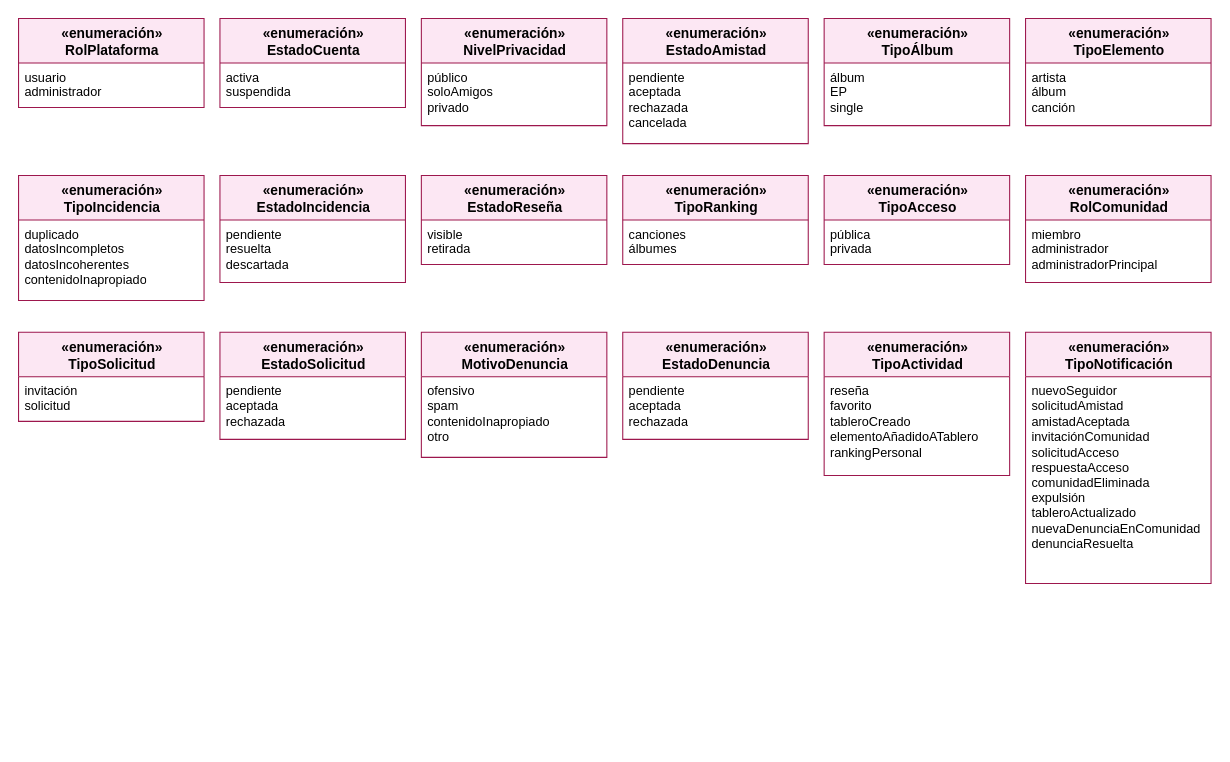
Above: page "6 · Enumeraciones" (6 of 6) of docs/modelo/modelo-conceptual.drawio in martaavlez/2026-2027-ISW-Grupo-C (draw.io), before the change. Source tidied: cells renumbered, new cells numbered last; positions are measured from the earlier drawing's top-left corner, leaving out a move shared by most shapes. Both pictures are drawn from the tidied source at 106%, with x=0, y=0 at pixel (18, 18).
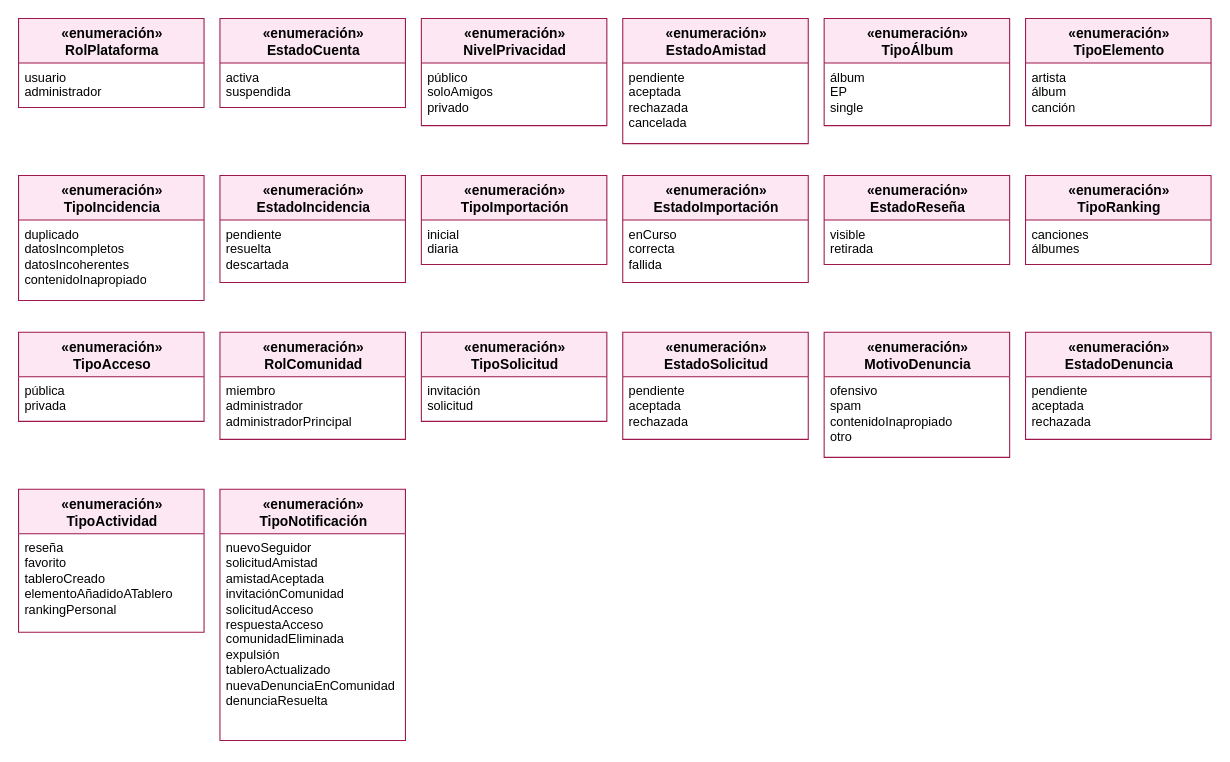
The same page after the edit.

Diff of the diagram source:
```diff
@@
-    <mxCell id="18" value="«enumeración»&lt;br&gt;&lt;b&gt;EstadoReseña&lt;/b&gt;" style="swimlane;fontStyle=1;align=center;verticalAlign=top;horizontal=1;startSize=42;html=1;fillColor=#FCE7F3;strokeColor=#9D174D;swimlaneFillColor=#ffffff;fontFamily=Helvetica;fontSize=13;" parent="1" vertex="1">
+    <mxCell id="18" value="«enumeración»&lt;br&gt;&lt;b&gt;TipoImportación&lt;/b&gt;" style="swimlane;fontStyle=1;align=center;verticalAlign=top;horizontal=1;startSize=42;html=1;fillColor=#FCE7F3;strokeColor=#9D174D;swimlaneFillColor=#ffffff;fontFamily=Helvetica;fontSize=13;" parent="1" vertex="1">
       <mxGeometry x="380" y="148" width="175" height="84" as="geometry" />
     </mxCell>
-    <mxCell id="19" value="visible&lt;br&gt;retirada" style="text;strokeColor=none;fillColor=none;align=left;verticalAlign=top;spacingLeft=4;spacingRight=4;overflow=hidden;html=1;fontFamily=Helvetica;fontSize=12;" parent="18" vertex="1">
+    <mxCell id="19" value="inicial&lt;br&gt;diaria" style="text;strokeColor=none;fillColor=none;align=left;verticalAlign=top;spacingLeft=4;spacingRight=4;overflow=hidden;html=1;fontFamily=Helvetica;fontSize=12;" parent="18" vertex="1">
       <mxGeometry y="42" width="175" height="42" as="geometry" />
     </mxCell>
-    <mxCell id="20" value="«enumeración»&lt;br&gt;&lt;b&gt;TipoRanking&lt;/b&gt;" style="swimlane;fontStyle=1;align=center;verticalAlign=top;horizontal=1;startSize=42;html=1;fillColor=#FCE7F3;strokeColor=#9D174D;swimlaneFillColor=#ffffff;fontFamily=Helvetica;fontSize=13;" parent="1" vertex="1">
-      <mxGeometry x="570" y="148" width="175" height="84" as="geometry" />
+    <mxCell id="20" value="«enumeración»&lt;br&gt;&lt;b&gt;EstadoImportación&lt;/b&gt;" style="swimlane;fontStyle=1;align=center;verticalAlign=top;horizontal=1;startSize=42;html=1;fillColor=#FCE7F3;strokeColor=#9D174D;swimlaneFillColor=#ffffff;fontFamily=Helvetica;fontSize=13;" parent="1" vertex="1">
+      <mxGeometry x="570" y="148" width="175" height="101" as="geometry" />
     </mxCell>
-    <mxCell id="21" value="canciones&lt;br&gt;álbumes" style="text;strokeColor=none;fillColor=none;align=left;verticalAlign=top;spacingLeft=4;spacingRight=4;overflow=hidden;html=1;fontFamily=Helvetica;fontSize=12;" parent="20" vertex="1">
-      <mxGeometry y="42" width="175" height="42" as="geometry" />
+    <mxCell id="21" value="enCurso&lt;br&gt;correcta&lt;br&gt;fallida" style="text;strokeColor=none;fillColor=none;align=left;verticalAlign=top;spacingLeft=4;spacingRight=4;overflow=hidden;html=1;fontFamily=Helvetica;fontSize=12;" parent="20" vertex="1">
+      <mxGeometry y="42" width="175" height="59" as="geometry" />
     </mxCell>
-    <mxCell id="22" value="«enumeración»&lt;br&gt;&lt;b&gt;TipoAcceso&lt;/b&gt;" style="swimlane;fontStyle=1;align=center;verticalAlign=top;horizontal=1;startSize=42;html=1;fillColor=#FCE7F3;strokeColor=#9D174D;swimlaneFillColor=#ffffff;fontFamily=Helvetica;fontSize=13;" parent="1" vertex="1">
+    <mxCell id="22" value="«enumeración»&lt;br&gt;&lt;b&gt;EstadoReseña&lt;/b&gt;" style="swimlane;fontStyle=1;align=center;verticalAlign=top;horizontal=1;startSize=42;html=1;fillColor=#FCE7F3;strokeColor=#9D174D;swimlaneFillColor=#ffffff;fontFamily=Helvetica;fontSize=13;" parent="1" vertex="1">
       <mxGeometry x="760" y="148" width="175" height="84" as="geometry" />
     </mxCell>
-    <mxCell id="23" value="pública&lt;br&gt;privada" style="text;strokeColor=none;fillColor=none;align=left;verticalAlign=top;spacingLeft=4;spacingRight=4;overflow=hidden;html=1;fontFamily=Helvetica;fontSize=12;" parent="22" vertex="1">
+    <mxCell id="23" value="visible&lt;br&gt;retirada" style="text;strokeColor=none;fillColor=none;align=left;verticalAlign=top;spacingLeft=4;spacingRight=4;overflow=hidden;html=1;fontFamily=Helvetica;fontSize=12;" parent="22" vertex="1">
       <mxGeometry y="42" width="175" height="42" as="geometry" />
     </mxCell>
-    <mxCell id="24" value="«enumeración»&lt;br&gt;&lt;b&gt;RolComunidad&lt;/b&gt;" style="swimlane;fontStyle=1;align=center;verticalAlign=top;horizontal=1;startSize=42;html=1;fillColor=#FCE7F3;strokeColor=#9D174D;swimlaneFillColor=#ffffff;fontFamily=Helvetica;fontSize=13;" parent="1" vertex="1">
-      <mxGeometry x="950" y="148" width="175" height="101" as="geometry" />
+    <mxCell id="24" value="«enumeración»&lt;br&gt;&lt;b&gt;TipoRanking&lt;/b&gt;" style="swimlane;fontStyle=1;align=center;verticalAlign=top;horizontal=1;startSize=42;html=1;fillColor=#FCE7F3;strokeColor=#9D174D;swimlaneFillColor=#ffffff;fontFamily=Helvetica;fontSize=13;" parent="1" vertex="1">
+      <mxGeometry x="950" y="148" width="175" height="84" as="geometry" />
     </mxCell>
-    <mxCell id="25" value="miembro&lt;br&gt;administrador&lt;br&gt;administradorPrincipal" style="text;strokeColor=none;fillColor=none;align=left;verticalAlign=top;spacingLeft=4;spacingRight=4;overflow=hidden;html=1;fontFamily=Helvetica;fontSize=12;" parent="24" vertex="1">
-      <mxGeometry y="42" width="175" height="59" as="geometry" />
+    <mxCell id="25" value="canciones&lt;br&gt;álbumes" style="text;strokeColor=none;fillColor=none;align=left;verticalAlign=top;spacingLeft=4;spacingRight=4;overflow=hidden;html=1;fontFamily=Helvetica;fontSize=12;" parent="24" vertex="1">
+      <mxGeometry y="42" width="175" height="42" as="geometry" />
     </mxCell>
-    <mxCell id="26" value="«enumeración»&lt;br&gt;&lt;b&gt;TipoSolicitud&lt;/b&gt;" style="swimlane;fontStyle=1;align=center;verticalAlign=top;horizontal=1;startSize=42;html=1;fillColor=#FCE7F3;strokeColor=#9D174D;swimlaneFillColor=#ffffff;fontFamily=Helvetica;fontSize=13;" parent="1" vertex="1">
+    <mxCell id="26" value="«enumeración»&lt;br&gt;&lt;b&gt;TipoAcceso&lt;/b&gt;" style="swimlane;fontStyle=1;align=center;verticalAlign=top;horizontal=1;startSize=42;html=1;fillColor=#FCE7F3;strokeColor=#9D174D;swimlaneFillColor=#ffffff;fontFamily=Helvetica;fontSize=13;" parent="1" vertex="1">
       <mxGeometry y="296" width="175" height="84" as="geometry" />
     </mxCell>
-    <mxCell id="27" value="invitación&lt;br&gt;solicitud" style="text;strokeColor=none;fillColor=none;align=left;verticalAlign=top;spacingLeft=4;spacingRight=4;overflow=hidden;html=1;fontFamily=Helvetica;fontSize=12;" parent="26" vertex="1">
+    <mxCell id="27" value="pública&lt;br&gt;privada" style="text;strokeColor=none;fillColor=none;align=left;verticalAlign=top;spacingLeft=4;spacingRight=4;overflow=hidden;html=1;fontFamily=Helvetica;fontSize=12;" parent="26" vertex="1">
       <mxGeometry y="42" width="175" height="42" as="geometry" />
     </mxCell>
-    <mxCell id="28" value="«enumeración»&lt;br&gt;&lt;b&gt;EstadoSolicitud&lt;/b&gt;" style="swimlane;fontStyle=1;align=center;verticalAlign=top;horizontal=1;startSize=42;html=1;fillColor=#FCE7F3;strokeColor=#9D174D;swimlaneFillColor=#ffffff;fontFamily=Helvetica;fontSize=13;" parent="1" vertex="1">
+    <mxCell id="28" value="«enumeración»&lt;br&gt;&lt;b&gt;RolComunidad&lt;/b&gt;" style="swimlane;fontStyle=1;align=center;verticalAlign=top;horizontal=1;startSize=42;html=1;fillColor=#FCE7F3;strokeColor=#9D174D;swimlaneFillColor=#ffffff;fontFamily=Helvetica;fontSize=13;" parent="1" vertex="1">
       <mxGeometry x="190" y="296" width="175" height="101" as="geometry" />
     </mxCell>
-    <mxCell id="29" value="pendiente&lt;br&gt;aceptada&lt;br&gt;rechazada" style="text;strokeColor=none;fillColor=none;align=left;verticalAlign=top;spacingLeft=4;spacingRight=4;overflow=hidden;html=1;fontFamily=Helvetica;fontSize=12;" parent="28" vertex="1">
+    <mxCell id="29" value="miembro&lt;br&gt;administrador&lt;br&gt;administradorPrincipal" style="text;strokeColor=none;fillColor=none;align=left;verticalAlign=top;spacingLeft=4;spacingRight=4;overflow=hidden;html=1;fontFamily=Helvetica;fontSize=12;" parent="28" vertex="1">
       <mxGeometry y="42" width="175" height="59" as="geometry" />
     </mxCell>
-    <mxCell id="30" value="«enumeración»&lt;br&gt;&lt;b&gt;MotivoDenuncia&lt;/b&gt;" style="swimlane;fontStyle=1;align=center;verticalAlign=top;horizontal=1;startSize=42;html=1;fillColor=#FCE7F3;strokeColor=#9D174D;swimlaneFillColor=#ffffff;fontFamily=Helvetica;fontSize=13;" parent="1" vertex="1">
-      <mxGeometry x="380" y="296" width="175" height="118" as="geometry" />
+    <mxCell id="30" value="«enumeración»&lt;br&gt;&lt;b&gt;TipoSolicitud&lt;/b&gt;" style="swimlane;fontStyle=1;align=center;verticalAlign=top;horizontal=1;startSize=42;html=1;fillColor=#FCE7F3;strokeColor=#9D174D;swimlaneFillColor=#ffffff;fontFamily=Helvetica;fontSize=13;" parent="1" vertex="1">
+      <mxGeometry x="380" y="296" width="175" height="84" as="geometry" />
     </mxCell>
-    <mxCell id="31" value="ofensivo&lt;br&gt;spam&lt;br&gt;contenidoInapropiado&lt;br&gt;otro" style="text;strokeColor=none;fillColor=none;align=left;verticalAlign=top;spacingLeft=4;spacingRight=4;overflow=hidden;html=1;fontFamily=Helvetica;fontSize=12;" parent="30" vertex="1">
-      <mxGeometry y="42" width="175" height="76" as="geometry" />
+    <mxCell id="31" value="invitación&lt;br&gt;solicitud" style="text;strokeColor=none;fillColor=none;align=left;verticalAlign=top;spacingLeft=4;spacingRight=4;overflow=hidden;html=1;fontFamily=Helvetica;fontSize=12;" parent="30" vertex="1">
+      <mxGeometry y="42" width="175" height="42" as="geometry" />
     </mxCell>
-    <mxCell id="32" value="«enumeración»&lt;br&gt;&lt;b&gt;EstadoDenuncia&lt;/b&gt;" style="swimlane;fontStyle=1;align=center;verticalAlign=top;horizontal=1;startSize=42;html=1;fillColor=#FCE7F3;strokeColor=#9D174D;swimlaneFillColor=#ffffff;fontFamily=Helvetica;fontSize=13;" parent="1" vertex="1">
+    <mxCell id="32" value="«enumeración»&lt;br&gt;&lt;b&gt;EstadoSolicitud&lt;/b&gt;" style="swimlane;fontStyle=1;align=center;verticalAlign=top;horizontal=1;startSize=42;html=1;fillColor=#FCE7F3;strokeColor=#9D174D;swimlaneFillColor=#ffffff;fontFamily=Helvetica;fontSize=13;" parent="1" vertex="1">
       <mxGeometry x="570" y="296" width="175" height="101" as="geometry" />
     </mxCell>
@@
-    <mxCell id="34" value="«enumeración»&lt;br&gt;&lt;b&gt;TipoActividad&lt;/b&gt;" style="swimlane;fontStyle=1;align=center;verticalAlign=top;horizontal=1;startSize=42;html=1;fillColor=#FCE7F3;strokeColor=#9D174D;swimlaneFillColor=#ffffff;fontFamily=Helvetica;fontSize=13;" parent="1" vertex="1">
-      <mxGeometry x="760" y="296" width="175" height="135" as="geometry" />
+    <mxCell id="34" value="«enumeración»&lt;br&gt;&lt;b&gt;MotivoDenuncia&lt;/b&gt;" style="swimlane;fontStyle=1;align=center;verticalAlign=top;horizontal=1;startSize=42;html=1;fillColor=#FCE7F3;strokeColor=#9D174D;swimlaneFillColor=#ffffff;fontFamily=Helvetica;fontSize=13;" parent="1" vertex="1">
+      <mxGeometry x="760" y="296" width="175" height="118" as="geometry" />
     </mxCell>
-    <mxCell id="35" value="reseña&lt;br&gt;favorito&lt;br&gt;tableroCreado&lt;br&gt;elementoAñadidoATablero&lt;br&gt;rankingPersonal" style="text;strokeColor=none;fillColor=none;align=left;verticalAlign=top;spacingLeft=4;spacingRight=4;overflow=hidden;html=1;fontFamily=Helvetica;fontSize=12;" parent="34" vertex="1">
-      <mxGeometry y="42" width="175" height="93" as="geometry" />
+    <mxCell id="35" value="ofensivo&lt;br&gt;spam&lt;br&gt;contenidoInapropiado&lt;br&gt;otro" style="text;strokeColor=none;fillColor=none;align=left;verticalAlign=top;spacingLeft=4;spacingRight=4;overflow=hidden;html=1;fontFamily=Helvetica;fontSize=12;" parent="34" vertex="1">
+      <mxGeometry y="42" width="175" height="76" as="geometry" />
     </mxCell>
-    <mxCell id="36" value="«enumeración»&lt;br&gt;&lt;b&gt;TipoNotificación&lt;/b&gt;" style="swimlane;fontStyle=1;align=center;verticalAlign=top;horizontal=1;startSize=42;html=1;fillColor=#FCE7F3;strokeColor=#9D174D;swimlaneFillColor=#ffffff;fontFamily=Helvetica;fontSize=13;" parent="1" vertex="1">
-      <mxGeometry x="950" y="296" width="175" height="237" as="geometry" />
+    <mxCell id="36" value="«enumeración»&lt;br&gt;&lt;b&gt;EstadoDenuncia&lt;/b&gt;" style="swimlane;fontStyle=1;align=center;verticalAlign=top;horizontal=1;startSize=42;html=1;fillColor=#FCE7F3;strokeColor=#9D174D;swimlaneFillColor=#ffffff;fontFamily=Helvetica;fontSize=13;" parent="1" vertex="1">
+      <mxGeometry x="950" y="296" width="175" height="101" as="geometry" />
     </mxCell>
-    <mxCell id="37" value="nuevoSeguidor&lt;br&gt;solicitudAmistad&lt;br&gt;amistadAceptada&lt;br&gt;invitaciónComunidad&lt;br&gt;solicitudAcceso&lt;br&gt;respuestaAcceso&lt;br&gt;comunidadEliminada&lt;br&gt;expulsión&lt;br&gt;tableroActualizado&lt;br&gt;nuevaDenunciaEnComunidad&lt;br&gt;denunciaResuelta" style="text;strokeColor=none;fillColor=none;align=left;verticalAlign=top;spacingLeft=4;spacingRight=4;overflow=hidden;html=1;fontFamily=Helvetica;fontSize=12;" parent="36" vertex="1">
-      <mxGeometry y="42" width="175" height="195" as="geometry" />
+    <mxCell id="37" value="pendiente&lt;br&gt;aceptada&lt;br&gt;rechazada" style="text;strokeColor=none;fillColor=none;align=left;verticalAlign=top;spacingLeft=4;spacingRight=4;overflow=hidden;html=1;fontFamily=Helvetica;fontSize=12;" parent="36" vertex="1">
+      <mxGeometry y="42" width="175" height="59" as="geometry" />
     </mxCell>
+    <mxCell id="38" value="«enumeración»&lt;br&gt;&lt;b&gt;TipoActividad&lt;/b&gt;" style="swimlane;fontStyle=1;align=center;verticalAlign=top;horizontal=1;startSize=42;html=1;fillColor=#FCE7F3;strokeColor=#9D174D;swimlaneFillColor=#ffffff;fontFamily=Helvetica;fontSize=13;" parent="1" vertex="1">
+      <mxGeometry y="444" width="175" height="135" as="geometry" />
+    </mxCell>
+    <mxCell id="39" value="reseña&lt;br&gt;favorito&lt;br&gt;tableroCreado&lt;br&gt;elementoAñadidoATablero&lt;br&gt;rankingPersonal" style="text;strokeColor=none;fillColor=none;align=left;verticalAlign=top;spacingLeft=4;spacingRight=4;overflow=hidden;html=1;fontFamily=Helvetica;fontSize=12;" parent="38" vertex="1">
+      <mxGeometry y="42" width="175" height="93" as="geometry" />
+    </mxCell>
+    <mxCell id="40" value="«enumeración»&lt;br&gt;&lt;b&gt;TipoNotificación&lt;/b&gt;" style="swimlane;fontStyle=1;align=center;verticalAlign=top;horizontal=1;startSize=42;html=1;fillColor=#FCE7F3;strokeColor=#9D174D;swimlaneFillColor=#ffffff;fontFamily=Helvetica;fontSize=13;" parent="1" vertex="1">
+      <mxGeometry x="190" y="444" width="175" height="237" as="geometry" />
+    </mxCell>
+    <mxCell id="41" value="nuevoSeguidor&lt;br&gt;solicitudAmistad&lt;br&gt;amistadAceptada&lt;br&gt;invitaciónComunidad&lt;br&gt;solicitudAcceso&lt;br&gt;respuestaAcceso&lt;br&gt;comunidadEliminada&lt;br&gt;expulsión&lt;br&gt;tableroActualizado&lt;br&gt;nuevaDenunciaEnComunidad&lt;br&gt;denunciaResuelta" style="text;strokeColor=none;fillColor=none;align=left;verticalAlign=top;spacingLeft=4;spacingRight=4;overflow=hidden;html=1;fontFamily=Helvetica;fontSize=12;" parent="40" vertex="1">
+      <mxGeometry y="42" width="175" height="195" as="geometry" />
+    </mxCell>
```
